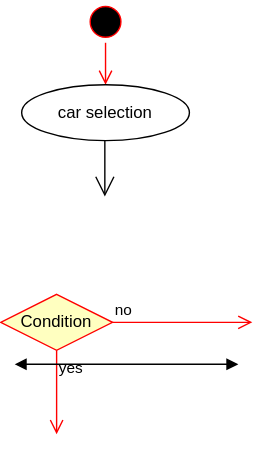
ivondrak/SWE2025 keeps this draw.io diagram as yukariBusinessModel.drawio.svg. Above is the earlier version. Source tidied: cells renumbered, new cells last; positions are measured from the earlier drawing's top-left corner, leaving out a move shared by most shapes. Its diagram source:
```xml
<mxGraphModel>
  <root>
    <mxCell id="0" />
    <mxCell id="1" parent="0" />
    <mxCell id="2" style="ellipse;html=1;shape=startState;fillColor=#000000;strokeColor=#ff0000;" parent="1" vertex="1">
      <mxGeometry x="60" width="30" height="30" as="geometry" />
    </mxCell>
    <mxCell id="3" style="edgeStyle=orthogonalEdgeStyle;html=1;verticalAlign=bottom;endArrow=open;endSize=8;strokeColor=#ff0000;" parent="1" edge="1" source="2">
      <mxGeometry relative="1" as="geometry">
        <mxPoint x="75" y="60" as="targetPoint" />
      </mxGeometry>
    </mxCell>
    <mxCell id="4" value="car selection" style="ellipse;whiteSpace=wrap;html=1;" parent="1" vertex="1">
      <mxGeometry x="15" y="60" width="120" height="40" as="geometry" />
    </mxCell>
    <mxCell id="5" style="endArrow=open;endFill=1;endSize=12;html=1;" parent="1" edge="1">
      <mxGeometry relative="1" as="geometry">
        <mxPoint x="74.5" y="100" as="sourcePoint" />
        <mxPoint x="74.5" y="140" as="targetPoint" />
      </mxGeometry>
    </mxCell>
    <mxCell id="6" value="Condition" style="rhombus;whiteSpace=wrap;html=1;fontColor=#000000;fillColor=#ffffc0;strokeColor=#ff0000;" parent="1" vertex="1">
      <mxGeometry y="210" width="80" height="40" as="geometry" />
    </mxCell>
    <mxCell id="7" value="no" style="edgeStyle=orthogonalEdgeStyle;html=1;align=left;verticalAlign=bottom;endArrow=open;endSize=8;strokeColor=#ff0000;" parent="1" edge="1" source="6">
      <mxGeometry x="-1" relative="1" as="geometry">
        <mxPoint x="180" y="230" as="targetPoint" />
      </mxGeometry>
    </mxCell>
    <mxCell id="8" value="yes" style="edgeStyle=orthogonalEdgeStyle;html=1;align=left;verticalAlign=top;endArrow=open;endSize=8;strokeColor=#ff0000;" parent="1" edge="1" source="6">
      <mxGeometry x="-1" relative="1" as="geometry">
        <mxPoint x="40" y="310" as="targetPoint" />
      </mxGeometry>
    </mxCell>
    <mxCell id="9" style="endArrow=block;startArrow=block;endFill=1;startFill=1;html=1;" parent="1" edge="1">
      <mxGeometry relative="1" as="geometry">
        <mxPoint x="10" y="260" as="sourcePoint" />
        <mxPoint x="170" y="260" as="targetPoint" />
      </mxGeometry>
    </mxCell>
  </root>
</mxGraphModel>
```
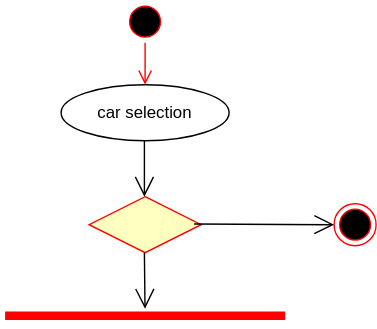
The same file after the commit.

The edit, as a diff of the source:
```diff
@@ -19,24 +19,30 @@
         <mxPoint x="74.5" y="140" as="targetPoint" />
       </mxGeometry>
     </mxCell>
-    <mxCell id="6" value="Condition" style="rhombus;whiteSpace=wrap;html=1;fontColor=#000000;fillColor=#ffffc0;strokeColor=#ff0000;" parent="1" vertex="1">
-      <mxGeometry y="210" width="80" height="40" as="geometry" />
-    </mxCell>
-    <mxCell id="7" value="no" style="edgeStyle=orthogonalEdgeStyle;html=1;align=left;verticalAlign=bottom;endArrow=open;endSize=8;strokeColor=#ff0000;" parent="1" edge="1" source="6">
-      <mxGeometry x="-1" relative="1" as="geometry">
-        <mxPoint x="180" y="230" as="targetPoint" />
-      </mxGeometry>
-    </mxCell>
-    <mxCell id="8" value="yes" style="edgeStyle=orthogonalEdgeStyle;html=1;align=left;verticalAlign=top;endArrow=open;endSize=8;strokeColor=#ff0000;" parent="1" edge="1" source="6">
-      <mxGeometry x="-1" relative="1" as="geometry">
-        <mxPoint x="40" y="310" as="targetPoint" />
-      </mxGeometry>
-    </mxCell>
-    <mxCell id="9" style="endArrow=block;startArrow=block;endFill=1;startFill=1;html=1;" parent="1" edge="1">
-      <mxGeometry relative="1" as="geometry">
-        <mxPoint x="10" y="260" as="sourcePoint" />
-        <mxPoint x="170" y="260" as="targetPoint" />
-      </mxGeometry>
-    </mxCell>
+    <mxCell id="10" style="rhombus;whiteSpace=wrap;html=1;fontColor=#000000;fillColor=#ffffc0;strokeColor=#ff0000;" parent="1" vertex="1">
+      <mxGeometry x="35" y="140" width="80" height="40" as="geometry" />
+    </mxCell>
+    <mxCell id="11" style="ellipse;html=1;shape=endState;fillColor=#000000;strokeColor=#ff0000;" parent="1" vertex="1">
+      <mxGeometry x="210" y="145" width="30" height="30" as="geometry" />
+    </mxCell>
+    <mxCell id="12" style="endArrow=open;endFill=1;endSize=12;html=1;" parent="1" edge="1">
+      <mxGeometry relative="1" as="geometry">
+        <mxPoint x="110" y="159.5" as="sourcePoint" />
+        <mxPoint x="210" y="160" as="targetPoint" />
+      </mxGeometry>
+    </mxCell>
+    <mxCell id="13" style="endArrow=open;endFill=1;endSize=12;html=1;" parent="1" edge="1" source="15">
+      <mxGeometry relative="1" as="geometry">
+        <mxPoint x="74.5" y="220" as="targetPoint" />
+      </mxGeometry>
+    </mxCell>
+    <mxCell id="14" style="endArrow=open;endFill=1;endSize=12;html=1;" parent="1" edge="1" target="15">
+      <mxGeometry relative="1" as="geometry">
+        <mxPoint x="74.5" y="180" as="sourcePoint" />
+      </mxGeometry>
+    </mxCell>
+    <mxCell id="15" style="shape=line;html=1;strokeWidth=6;strokeColor=#ff0000;" parent="1" vertex="1">
+      <mxGeometry x="-25" y="220" width="200" height="10" as="geometry" />
+    </mxCell>
   </root>
 </mxGraphModel>
```
